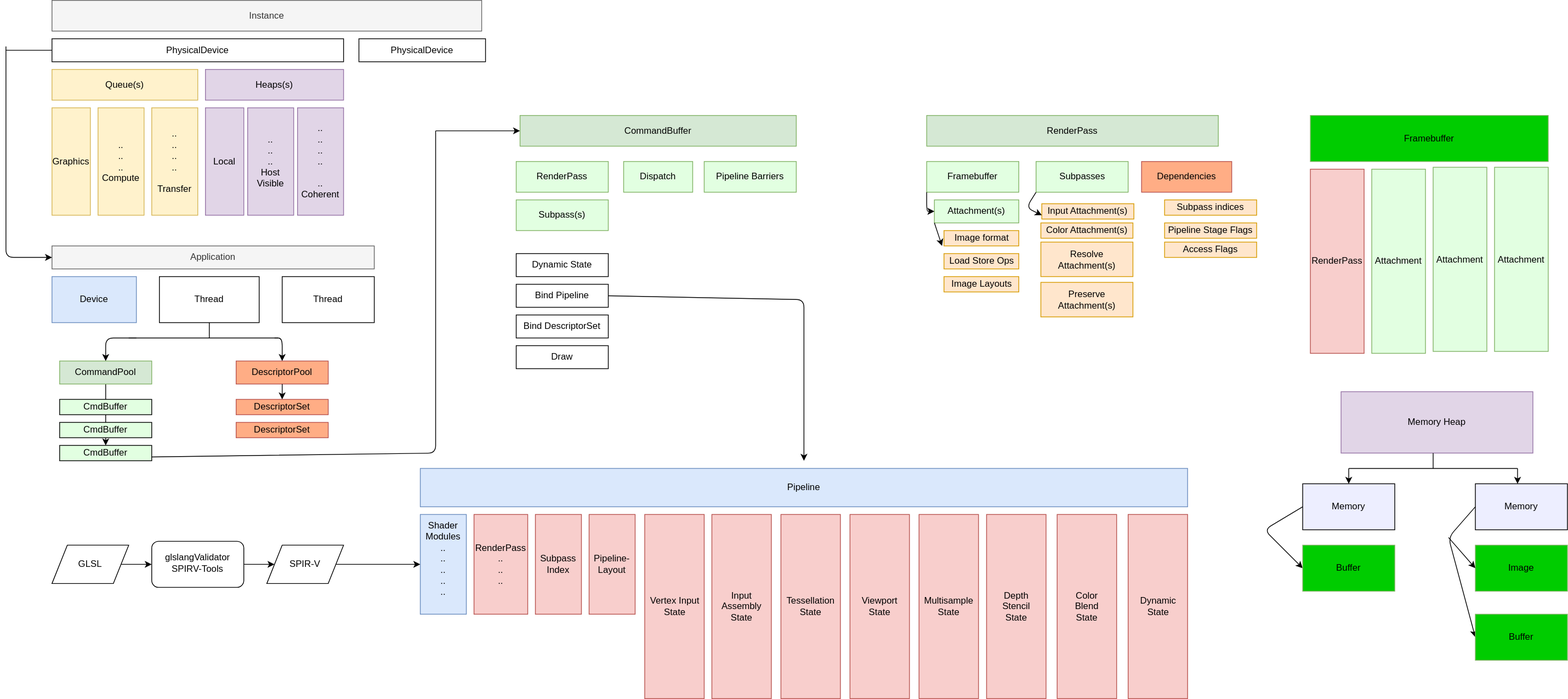
YoungHaKim7/rust_gui_vulkan_trainning keeps this draw.io diagram as 002_Vulkan_API_training/drawio_api_study/vulkan_api.svg. Above is the earlier version. Source tidied: cells renumbered, new cells last; positions are measured from the earlier drawing's top-left corner, leaving out a move shared by most shapes.
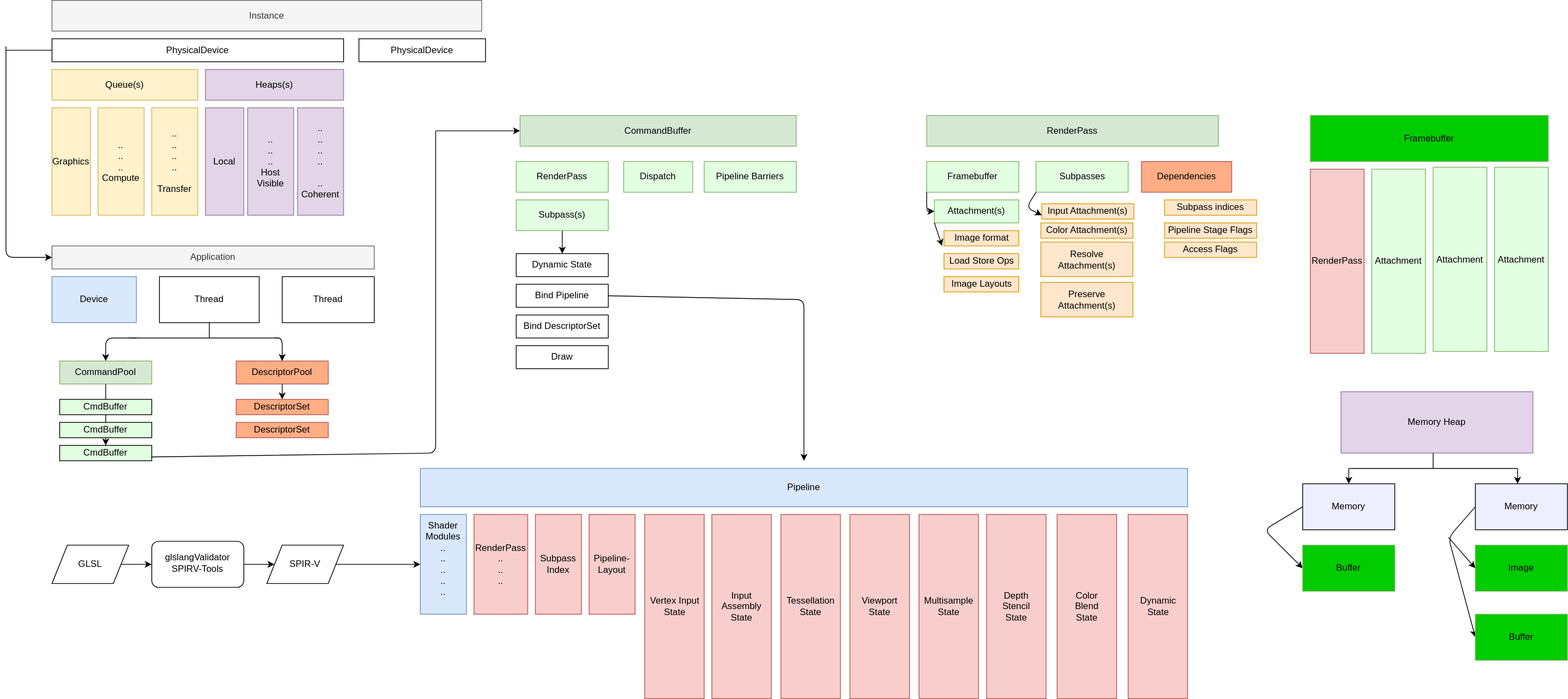
Later version of the same file.

Commit message:
Vulkan API 공부3

Diff of the diagram source:
```diff
@@ -89,6 +89,9 @@
     <mxCell id="29" value="Pipeline Barriers" style="rounded=0;whiteSpace=wrap;html=1;fillColor=#E2FFE1;strokeColor=#82b366;" parent="1" vertex="1">
       <mxGeometry x="910" y="210" width="120" height="40" as="geometry" />
     </mxCell>
+    <mxCell id="102" style="edgeStyle=none;html=1;exitX=0.5;exitY=1;exitDx=0;exitDy=0;entryX=0.5;entryY=0;entryDx=0;entryDy=0;" parent="1" edge="1" source="30" target="31">
+      <mxGeometry relative="1" as="geometry" />
+    </mxCell>
     <mxCell id="30" value="Subpass(s)" style="rounded=0;whiteSpace=wrap;html=1;fillColor=#E2FFE1;strokeColor=#82b366;" parent="1" vertex="1">
       <mxGeometry x="665" y="260" width="120" height="40" as="geometry" />
     </mxCell>
```
